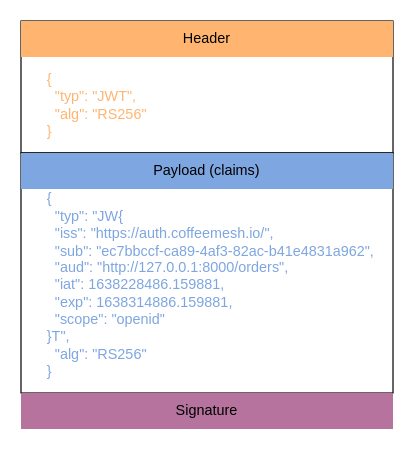
Earlier version of the draw.io diagram page "11.7" (7 of 16) of ch11.drawio (abunuwas/microservices-apis-img). Source tidied: cells renumbered, new cells numbered last; positions are measured from the earlier drawing's top-left corner, leaving out a move shared by most shapes. Both pictures are drawn from the tidied source at 120%, with x=0, y=0 at pixel (20, 20).
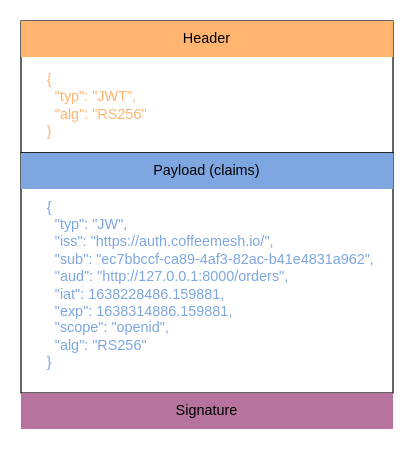
Above is the later version.

Change to the diagram source:
```diff
@@
 <mxGraphModel>
   <root>
     <mxCell id="0" />
     <mxCell id="1" parent="0" />
     <mxCell id="2" style="rounded=0;whiteSpace=wrap;html=1;" parent="1" vertex="1">
       <mxGeometry width="310" height="110" as="geometry" />
     </mxCell>
     <mxCell id="3" value="&lt;div&gt;{&lt;/div&gt;&lt;div&gt;&amp;nbsp; &quot;typ&quot;: &quot;JWT&quot;,&lt;/div&gt;&lt;div&gt;&amp;nbsp; &quot;alg&quot;: &quot;RS256&quot;&lt;/div&gt;&lt;div&gt;}&lt;/div&gt;" style="text;html=1;strokeColor=none;fillColor=none;align=left;verticalAlign=middle;whiteSpace=wrap;rounded=0;fontColor=#FFB570;" parent="1" vertex="1">
       <mxGeometry x="20" y="35" width="160" height="70" as="geometry" />
     </mxCell>
     <mxCell id="4" style="rounded=0;whiteSpace=wrap;html=1;" parent="1" vertex="1">
       <mxGeometry y="110" width="310" height="200" as="geometry" />
     </mxCell>
-    <mxCell id="5" value="&lt;div&gt;{&lt;/div&gt;&lt;div&gt;&amp;nbsp; &quot;typ&quot;: &quot;JW&lt;span&gt;{&lt;/span&gt;&lt;/div&gt;&lt;div&gt;&amp;nbsp; &quot;iss&quot;: &quot;https://auth.coffeemesh.io/&quot;,&lt;/div&gt;&lt;div&gt;&amp;nbsp; &quot;sub&quot;: &quot;ec7bbccf-ca89-4af3-82ac-b41e4831a962&quot;,&lt;/div&gt;&lt;div&gt;&amp;nbsp; &quot;aud&quot;: &quot;http://127.0.0.1:8000/orders&quot;,&lt;/div&gt;&lt;div&gt;&amp;nbsp; &quot;iat&quot;: 1638228486.159881,&lt;/div&gt;&lt;div&gt;&amp;nbsp; &quot;exp&quot;: 1638314886.159881,&lt;/div&gt;&lt;div&gt;&amp;nbsp; &quot;scope&quot;: &quot;openid&quot;&lt;/div&gt;&lt;div&gt;&lt;span&gt;}&lt;/span&gt;T&quot;,&lt;/div&gt;&lt;div&gt;&amp;nbsp; &quot;alg&quot;: &quot;RS256&quot;&lt;/div&gt;&lt;div&gt;}&lt;/div&gt;" style="text;html=1;strokeColor=none;fillColor=none;align=left;verticalAlign=middle;whiteSpace=wrap;rounded=0;fontColor=#7EA6E0;" parent="1" vertex="1">
+    <mxCell id="5" value="&lt;div&gt;{&lt;/div&gt;&lt;div&gt;&amp;nbsp; &quot;typ&quot;: &quot;JW&quot;,&lt;/div&gt;&lt;div&gt;&amp;nbsp; &quot;iss&quot;: &quot;https://auth.coffeemesh.io/&quot;,&lt;/div&gt;&lt;div&gt;&amp;nbsp; &quot;sub&quot;: &quot;ec7bbccf-ca89-4af3-82ac-b41e4831a962&quot;,&lt;/div&gt;&lt;div&gt;&amp;nbsp; &quot;aud&quot;: &quot;http://127.0.0.1:8000/orders&quot;,&lt;/div&gt;&lt;div&gt;&amp;nbsp; &quot;iat&quot;: 1638228486.159881,&lt;/div&gt;&lt;div&gt;&amp;nbsp; &quot;exp&quot;: 1638314886.159881,&lt;/div&gt;&lt;div&gt;&amp;nbsp; &quot;scope&quot;: &quot;openid&quot;,&lt;/div&gt;&lt;div&gt;&amp;nbsp; &quot;alg&quot;: &quot;RS256&quot;&lt;/div&gt;&lt;div&gt;}&lt;/div&gt;" style="text;html=1;strokeColor=none;fillColor=none;align=left;verticalAlign=middle;whiteSpace=wrap;rounded=0;fontColor=#7EA6E0;" parent="1" vertex="1">
       <mxGeometry x="20" y="140" width="290" height="160" as="geometry" />
     </mxCell>
     <mxCell id="6" value="Header" style="text;html=1;strokeColor=none;fillColor=#FFB570;align=center;verticalAlign=middle;whiteSpace=wrap;rounded=0;" parent="1" vertex="1">
       <mxGeometry width="310" height="30" as="geometry" />
     </mxCell>
     <mxCell id="7" value="Payload (claims)" style="text;html=1;strokeColor=none;fillColor=#7EA6E0;align=center;verticalAlign=middle;whiteSpace=wrap;rounded=0;" parent="1" vertex="1">
       <mxGeometry y="110" width="310" height="30" as="geometry" />
     </mxCell>
     <mxCell id="8" value="Signature" style="text;html=1;strokeColor=none;fillColor=#B5739D;align=center;verticalAlign=middle;whiteSpace=wrap;rounded=0;" parent="1" vertex="1">
       <mxGeometry y="310" width="310" height="30" as="geometry" />
     </mxCell>
   </root>
 </mxGraphModel>
```
